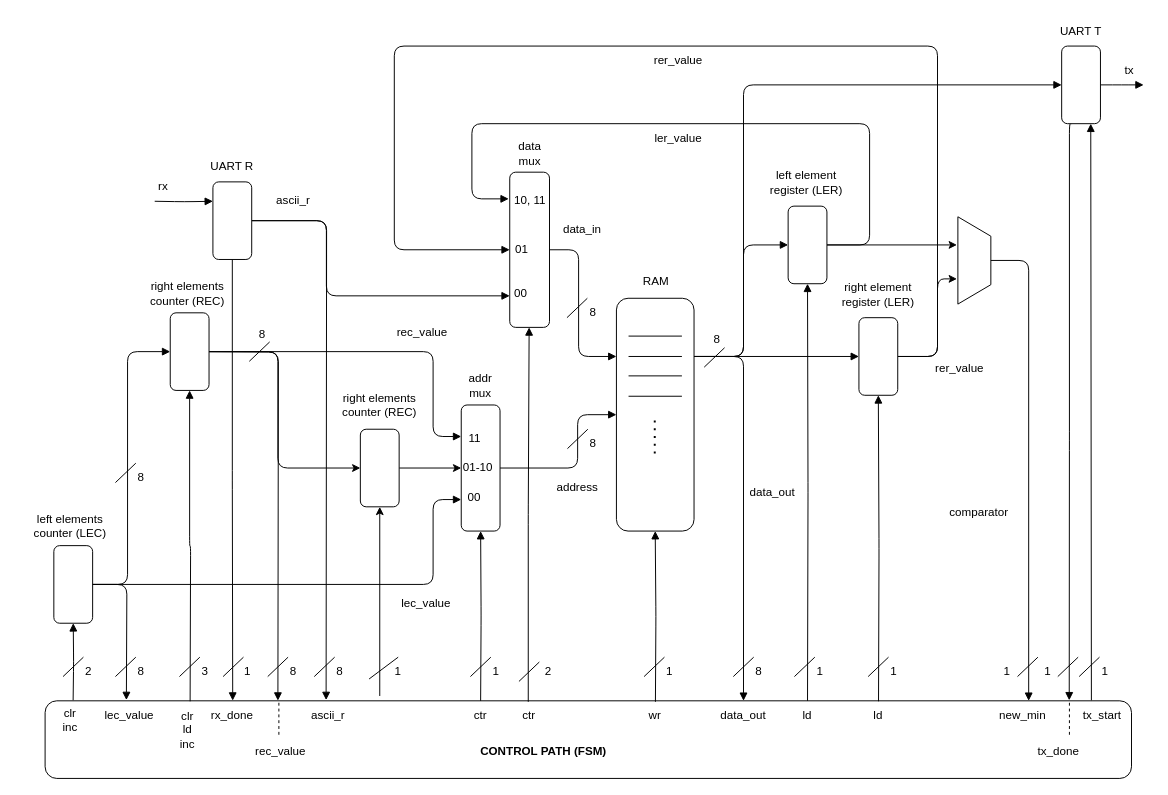
Ibbert/CS4110-Project-assignment keeps this draw.io diagram as insert_sort_fsmd.drawio. Above is the earlier version. Source tidied: cells renumbered, new cells numbered last; positions are measured from the earlier drawing's top-left corner, leaving out a move shared by most shapes. Both pictures are drawn from the tidied source at 97%, with x=0, y=0 at pixel (16, 16).
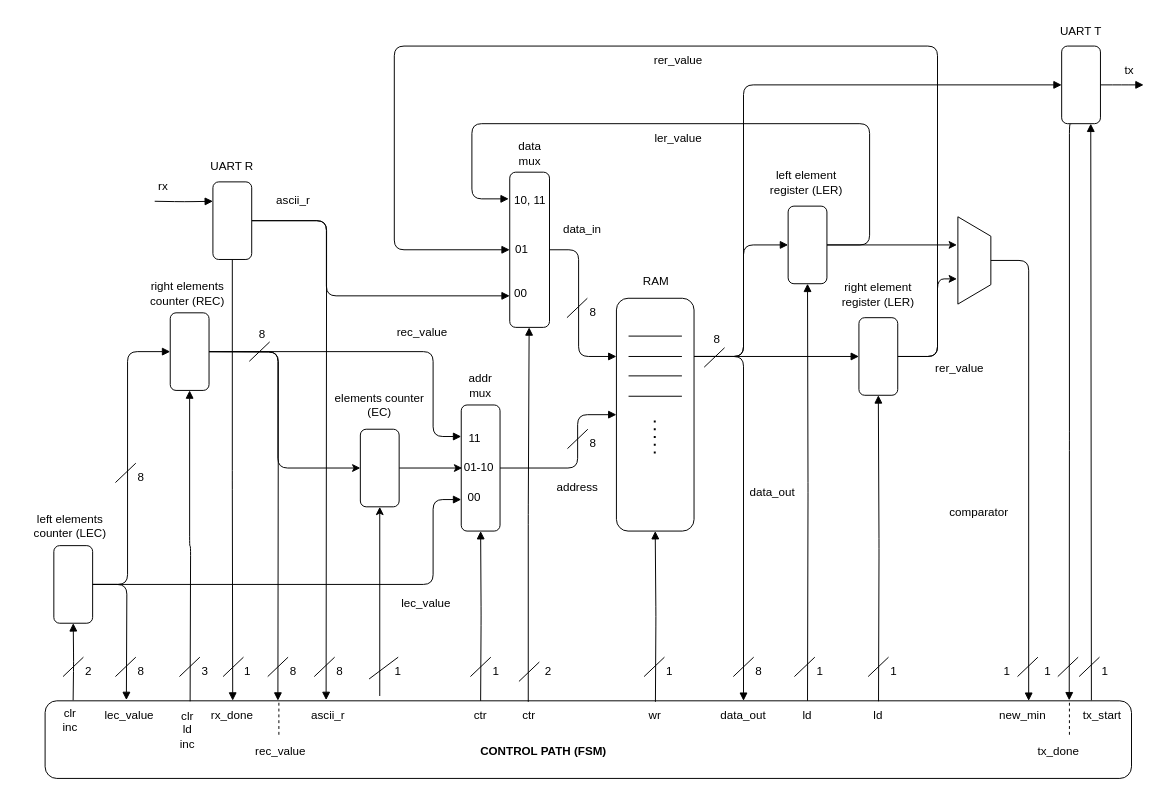
The same diagram, later.

Commit message:
good fsmd

Change to the diagram source:
```diff
@@
-    <mxCell id="137" value="right elements counter (REC)" style="text;html=1;strokeColor=none;fillColor=none;align=center;verticalAlign=middle;whiteSpace=wrap;rounded=0;" parent="1" vertex="1">
+    <mxCell id="137" value="elements counter (EC)" style="text;html=1;strokeColor=none;fillColor=none;align=center;verticalAlign=middle;whiteSpace=wrap;rounded=0;" parent="1" vertex="1">
       <mxGeometry x="319" y="385" width="110" height="30" as="geometry" />
     </mxCell>
     <mxCell id="138" value="01-10" style="text;html=1;strokeColor=none;fillColor=none;align=left;verticalAlign=middle;whiteSpace=wrap;rounded=0;" parent="1" vertex="1">
-      <mxGeometry x="458" y="450" width="41" height="30" as="geometry" />
+      <mxGeometry x="459" y="450" width="41" height="30" as="geometry" />
     </mxCell>
```
